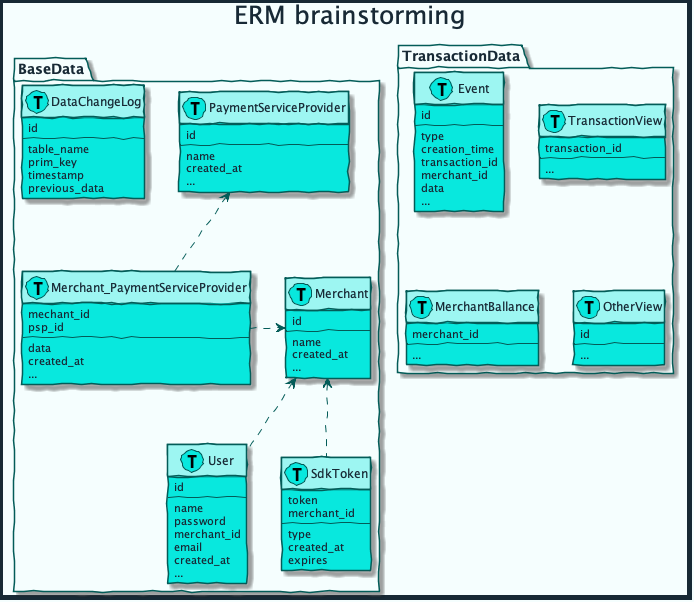
Above: diagrams/out/erm.png in mobilabsolutions/stash-sdk-wiki (PlantUML), before the change.
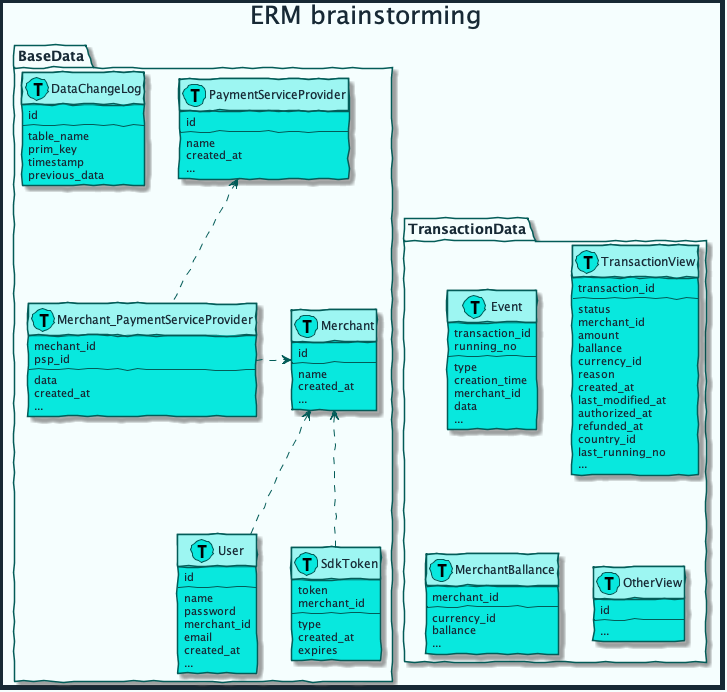
The same file after the commit.

Diff of the diagram source:
```diff
@@ -112,11 +112,11 @@
 package TransactionData {
 
     class Event << (T, #08E8DE) >>{
-        id
+        transaction_id
+        running_no
         --
         type
         creation_time
-        transaction_id
         merchant_id
         data
         ...
@@ -125,12 +125,26 @@
     class TransactionView << (T, #08E8DE) >>{
         transaction_id
         --
+        status
+        merchant_id
+        amount
+        ballance
+        currency_id
+        reason
+        created_at
+        last_modified_at
+        authorized_at
+        refunded_at
+        country_id
+        last_running_no
         ...
     }
 
     class MerchantBallance << (T, #08E8DE) >>{
         merchant_id
         --
+        currency_id
+        ballance
         ...
     }
 
@@ -141,4 +155,7 @@
     }
 }
 
+BaseData -[hidden]- TransactionData
+
+
 @enduml
```
